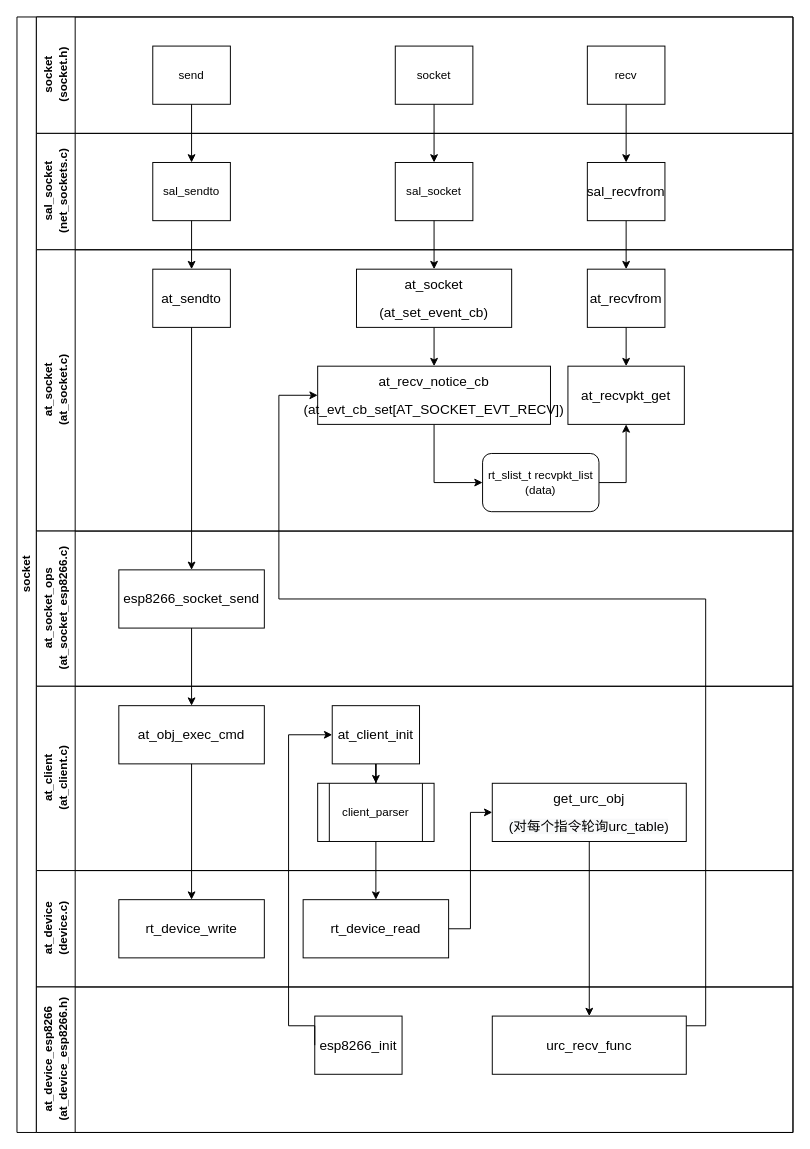
The draw.io diagram Untitled Diagram.drawio in yellowbeeHYF/test, before the edit. Source tidied: cells renumbered, new cells numbered last; positions are measured from the earlier drawing's top-left corner, leaving out a move shared by most shapes. Both pictures are drawn from the tidied source at 97%, with x=0, y=0 at pixel (16, 16).
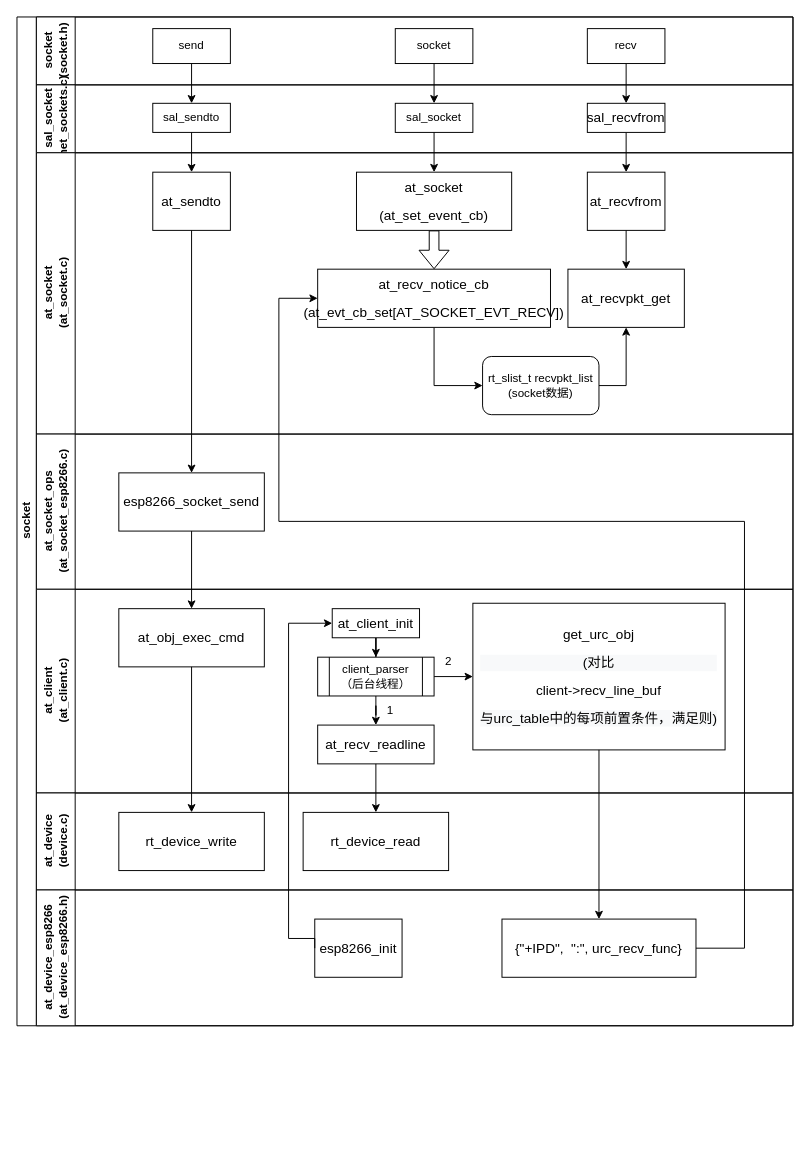
The same diagram, later.

Unchanged cells that the change refers to:
```xml
<mxCell id="21" value="&lt;p class=&quot;MsoNormal&quot;&gt;&lt;span style=&quot;font-family: &amp;#34;calibri&amp;#34; ; font-size: 14px&quot;&gt;at_recv_notice_cb&lt;/span&gt;&lt;br&gt;&lt;/p&gt;&lt;p class=&quot;MsoNormal&quot;&gt;&lt;/p&gt;&lt;p class=&quot;MsoNormal&quot;&gt;&lt;span style=&quot;font-family: &amp;#34;calibri&amp;#34; ; font-size: 14px&quot;&gt;(at_evt_cb_set[AT_SOCKET_EVT_RECV]&lt;/span&gt;&lt;span style=&quot;font-family: &amp;#34;calibri&amp;#34; ; font-size: 14px&quot;&gt;)&lt;/span&gt;&lt;br&gt;&lt;/p&gt;" style="rounded=0;whiteSpace=wrap;html=1;fontFamily=Helvetica;fontSize=12;fontColor=#000000;align=center;" parent="13" vertex="1">
  <mxGeometry x="290" y="120" width="240" height="60" as="geometry" />
</mxCell>
<mxCell id="23" value="&lt;p class=&quot;MsoNormal&quot;&gt;&lt;font face=&quot;Calibri&quot;&gt;&lt;span style=&quot;font-size: 14px&quot;&gt;at_socket&lt;/span&gt;&lt;/font&gt;&lt;br&gt;&lt;/p&gt;&lt;p class=&quot;MsoNormal&quot;&gt;&lt;font face=&quot;Calibri&quot;&gt;&lt;span style=&quot;font-size: 14px&quot;&gt;(at_set_event_cb)&lt;/span&gt;&lt;/font&gt;&lt;br&gt;&lt;/p&gt;" style="rounded=0;whiteSpace=wrap;html=1;fontFamily=Helvetica;fontSize=12;fontColor=#000000;align=center;" parent="13" vertex="1">
  <mxGeometry x="330" y="20" width="160" height="60" as="geometry" />
</mxCell>
<mxCell id="36" value="&lt;p class=&quot;MsoNormal&quot;&gt;&lt;font face=&quot;Calibri&quot;&gt;&lt;span style=&quot;font-size: 14px&quot;&gt;esp8266_init&lt;/span&gt;&lt;/font&gt;&lt;br&gt;&lt;/p&gt;" style="rounded=0;whiteSpace=wrap;html=1;fontFamily=Helvetica;fontSize=12;fontColor=#000000;align=center;" parent="35" vertex="1">
  <mxGeometry x="287" y="30" width="90" height="60" as="geometry" />
</mxCell>
```

The edit, as a diff of the source:
```diff
@@
     <mxCell id="2" value="socket" style="swimlane;html=1;horizontal=0;startSize=20;" parent="1" vertex="1">
-      <mxGeometry width="800" height="1150" as="geometry" />
+      <mxGeometry width="800" height="1040" as="geometry" />
     </mxCell>
@@
     <mxCell id="5" value="socket&lt;br&gt;(socket.h)&lt;br&gt;" style="swimlane;html=1;startSize=40;horizontal=0;" parent="2" vertex="1">
-      <mxGeometry x="20" width="780" height="120" as="geometry" />
+      <mxGeometry x="20" width="780" height="70" as="geometry" />
     </mxCell>
     <mxCell id="6" value="send" style="rounded=0;whiteSpace=wrap;html=1;fontFamily=Helvetica;fontSize=12;fontColor=#000000;align=center;" parent="5" vertex="1">
-      <mxGeometry x="120" y="30" width="80" height="60" as="geometry" />
+      <mxGeometry x="120" y="12" width="80" height="36" as="geometry" />
     </mxCell>
     <mxCell id="7" value="recv" style="rounded=0;whiteSpace=wrap;html=1;fontFamily=Helvetica;fontSize=12;fontColor=#000000;align=center;" parent="5" vertex="1">
-      <mxGeometry x="568" y="30" width="80" height="60" as="geometry" />
+      <mxGeometry x="568" y="12" width="80" height="36" as="geometry" />
     </mxCell>
     <mxCell id="8" value="socket" style="rounded=0;whiteSpace=wrap;html=1;fontFamily=Helvetica;fontSize=12;fontColor=#000000;align=center;" parent="5" vertex="1">
-      <mxGeometry x="370" y="30" width="80" height="60" as="geometry" />
+      <mxGeometry x="370" y="12" width="80" height="36" as="geometry" />
     </mxCell>
     <mxCell id="9" value="sal_socket&lt;br&gt;(net_sockets.c)&lt;br&gt;" style="swimlane;html=1;startSize=40;horizontal=0;" parent="2" vertex="1">
-      <mxGeometry x="20" y="120" width="780" height="120" as="geometry" />
+      <mxGeometry x="20" y="70" width="780" height="70" as="geometry" />
     </mxCell>
     <mxCell id="10" value="sal_sendto" style="rounded=0;whiteSpace=wrap;html=1;fontFamily=Helvetica;fontSize=12;fontColor=#000000;align=center;" parent="9" vertex="1">
-      <mxGeometry x="120" y="30" width="80" height="60" as="geometry" />
+      <mxGeometry x="120" y="19" width="80" height="30" as="geometry" />
     </mxCell>
     <mxCell id="11" value="&lt;p class=&quot;MsoNormal&quot;&gt;&lt;span style=&quot;font-family: &amp;#34;calibri&amp;#34; ; font-size: 10.5000pt&quot;&gt;sal_recvfrom&lt;/span&gt;&lt;/p&gt;" style="rounded=0;whiteSpace=wrap;html=1;fontFamily=Helvetica;fontSize=12;fontColor=#000000;align=center;" parent="9" vertex="1">
-      <mxGeometry x="568" y="30" width="80" height="60" as="geometry" />
+      <mxGeometry x="568" y="19" width="80" height="30" as="geometry" />
     </mxCell>
     <mxCell id="12" value="sal_socket" style="rounded=0;whiteSpace=wrap;html=1;fontFamily=Helvetica;fontSize=12;fontColor=#000000;align=center;" parent="9" vertex="1">
-      <mxGeometry x="370" y="30" width="80" height="60" as="geometry" />
+      <mxGeometry x="370" y="19" width="80" height="30" as="geometry" />
     </mxCell>
     <mxCell id="13" value="at_socket&lt;br&gt;(at_socket.c)" style="swimlane;html=1;startSize=40;horizontal=0;" parent="2" vertex="1">
-      <mxGeometry x="20" y="240" width="780" height="290" as="geometry" />
+      <mxGeometry x="20" y="140" width="780" height="290" as="geometry" />
     </mxCell>
@@
-    <mxCell id="19" value="rt_slist_t recvpkt_list&lt;br&gt;(data)" style="rounded=1;whiteSpace=wrap;html=1;" parent="13" vertex="1">
+    <mxCell id="19" value="rt_slist_t recvpkt_list&lt;br&gt;(socket数据)" style="rounded=1;whiteSpace=wrap;html=1;" parent="13" vertex="1">
       <mxGeometry x="460" y="210" width="120" height="60" as="geometry" />
     </mxCell>
@@
-    <mxCell id="22" style="edgeStyle=orthogonalEdgeStyle;rounded=0;jettySize=auto;html=1;" parent="13" edge="1" source="23" target="21">
+    <mxCell id="22" style="edgeStyle=orthogonalEdgeStyle;shape=flexArrow;rounded=0;jettySize=auto;html=1;exitX=0.5;exitY=1;exitDx=0;exitDy=0;entryX=0.5;entryY=0;entryDx=0;entryDy=0;" parent="13" edge="1" source="23" target="21">
       <mxGeometry relative="1" as="geometry" />
     </mxCell>
@@
     <mxCell id="24" value="at_socket_ops&lt;br&gt;(at_socket_esp8266.c)" style="swimlane;html=1;startSize=40;horizontal=0;" parent="2" vertex="1">
-      <mxGeometry x="20" y="530" width="780" height="160" as="geometry" />
+      <mxGeometry x="20" y="430" width="780" height="160" as="geometry" />
     </mxCell>
@@
     <mxCell id="26" value="at_client&lt;br&gt;(at_client.c)" style="swimlane;html=1;startSize=40;horizontal=0;" parent="2" vertex="1">
-      <mxGeometry x="20" y="690" width="780" height="190" as="geometry" />
+      <mxGeometry x="20" y="590" width="780" height="210" as="geometry" />
     </mxCell>
@@
     <mxCell id="29" value="&lt;p class=&quot;MsoNormal&quot;&gt;&lt;font face=&quot;Calibri&quot;&gt;&lt;span style=&quot;font-size: 14px&quot;&gt;at_client_init&lt;/span&gt;&lt;/font&gt;&lt;br&gt;&lt;/p&gt;" style="rounded=0;whiteSpace=wrap;html=1;fontFamily=Helvetica;fontSize=12;fontColor=#000000;align=center;" parent="26" vertex="1">
-      <mxGeometry x="305" y="20" width="90" height="60" as="geometry" />
+      <mxGeometry x="305" y="20" width="90" height="30" as="geometry" />
     </mxCell>
+    <mxCell id="50" style="edgeStyle=orthogonalEdgeStyle;rounded=0;jettySize=auto;html=1;" parent="26" edge="1" source="30" target="52">
+      <mxGeometry relative="1" as="geometry" />
+    </mxCell>
+    <mxCell id="51" style="edgeStyle=orthogonalEdgeStyle;rounded=0;jettySize=auto;html=1;" parent="26" edge="1" source="30" target="31">
+      <mxGeometry relative="1" as="geometry" />
+    </mxCell>
-    <mxCell id="30" value="client_parser" style="shape=process;whiteSpace=wrap;html=1;backgroundOutline=1;" parent="26" vertex="1">
-      <mxGeometry x="290" y="100" width="120" height="60" as="geometry" />
+    <mxCell id="30" value="client_parser&lt;br&gt;（后台线程）" style="shape=process;whiteSpace=wrap;html=1;backgroundOutline=1;" parent="26" vertex="1">
+      <mxGeometry x="290" y="70" width="120" height="40" as="geometry" />
     </mxCell>
-    <mxCell id="31" value="&lt;p class=&quot;MsoNormal&quot;&gt;&lt;font face=&quot;Calibri&quot;&gt;&lt;span style=&quot;font-size: 14px&quot;&gt;get_urc_obj&lt;/span&gt;&lt;/font&gt;&lt;/p&gt;&lt;p class=&quot;MsoNormal&quot;&gt;&lt;font face=&quot;Calibri&quot;&gt;&lt;/font&gt;&lt;/p&gt;&lt;p class=&quot;MsoNormal&quot; style=&quot;color: rgb(0 , 0 , 0) ; font-family: &amp;#34;helvetica&amp;#34; ; font-size: 12px ; font-style: normal ; font-weight: 400 ; letter-spacing: normal ; text-align: center ; text-indent: 0px ; text-transform: none ; word-spacing: 0px ; background-color: rgb(248 , 249 , 250)&quot;&gt;&lt;span style=&quot;font-size: 14px ; font-family: &amp;#34;calibri&amp;#34;&quot;&gt;(对每个指令轮询urc_table)&lt;/span&gt;&lt;/p&gt;" style="rounded=0;whiteSpace=wrap;html=1;fontFamily=Helvetica;fontSize=12;fontColor=#000000;align=center;" parent="26" vertex="1">
-      <mxGeometry x="470" y="100" width="200" height="60" as="geometry" />
+    <mxCell id="31" value="&lt;p class=&quot;MsoNormal&quot;&gt;&lt;font face=&quot;Calibri&quot;&gt;&lt;span style=&quot;font-size: 14px&quot;&gt;get_urc_obj&lt;/span&gt;&lt;/font&gt;&lt;/p&gt;&lt;p class=&quot;MsoNormal&quot;&gt;&lt;font face=&quot;Calibri&quot;&gt;&lt;/font&gt;&lt;/p&gt;&lt;p class=&quot;MsoNormal&quot; style=&quot;color: rgb(0 , 0 , 0) ; font-family: &amp;#34;helvetica&amp;#34; ; font-size: 12px ; font-style: normal ; font-weight: 400 ; letter-spacing: normal ; text-align: center ; text-indent: 0px ; text-transform: none ; word-spacing: 0px ; background-color: rgb(248 , 249 , 250)&quot;&gt;&lt;span style=&quot;font-size: 14px ; font-family: &amp;#34;calibri&amp;#34;&quot;&gt;(对比&lt;/span&gt;&lt;/p&gt;&lt;font face=&quot;calibri&quot;&gt;&lt;span style=&quot;font-size: 14px&quot;&gt;client-&amp;gt;recv_line_buf&lt;/span&gt;&lt;/font&gt;&lt;p class=&quot;MsoNormal&quot; style=&quot;color: rgb(0 , 0 , 0) ; font-family: &amp;#34;helvetica&amp;#34; ; font-size: 12px ; font-style: normal ; font-weight: 400 ; letter-spacing: normal ; text-align: center ; text-indent: 0px ; text-transform: none ; word-spacing: 0px ; background-color: rgb(248 , 249 , 250)&quot;&gt;&lt;span style=&quot;font-size: 14px ; font-family: &amp;#34;calibri&amp;#34;&quot;&gt;与urc_table中的每项前置条件，满足则)&lt;/span&gt;&lt;/p&gt;" style="rounded=0;whiteSpace=wrap;html=1;fontFamily=Helvetica;fontSize=12;fontColor=#000000;align=center;" parent="26" vertex="1">
+      <mxGeometry x="450" y="14.4" width="260" height="151.2" as="geometry" />
     </mxCell>
+    <mxCell id="52" value="&lt;p class=&quot;MsoNormal&quot;&gt;&lt;font face=&quot;Calibri&quot;&gt;&lt;span style=&quot;font-size: 14px&quot;&gt;at_recv_readline&lt;/span&gt;&lt;/font&gt;&lt;br&gt;&lt;/p&gt;" style="rounded=0;whiteSpace=wrap;html=1;fontFamily=Helvetica;fontSize=12;fontColor=#000000;align=center;" parent="26" vertex="1">
+      <mxGeometry x="290" y="140" width="120" height="40" as="geometry" />
+    </mxCell>
+    <mxCell id="53" value="1" style="text;html=1;strokeColor=none;fillColor=none;align=center;verticalAlign=middle;whiteSpace=wrap;rounded=0;" parent="26" vertex="1">
+      <mxGeometry x="335" y="110" width="60" height="30" as="geometry" />
+    </mxCell>
+    <mxCell id="54" value="2" style="text;html=1;strokeColor=none;fillColor=none;align=center;verticalAlign=middle;whiteSpace=wrap;rounded=0;" parent="26" vertex="1">
+      <mxGeometry x="395" y="60" width="60" height="30" as="geometry" />
+    </mxCell>
     <mxCell id="32" value="at_device&lt;br&gt;(device.c)" style="swimlane;html=1;startSize=40;horizontal=0;" parent="2" vertex="1">
-      <mxGeometry x="20" y="880" width="780" height="120" as="geometry" />
+      <mxGeometry x="20" y="800" width="780" height="100" as="geometry" />
     </mxCell>
     <mxCell id="33" value="&lt;p class=&quot;MsoNormal&quot;&gt;&lt;font face=&quot;Calibri&quot;&gt;&lt;span style=&quot;font-size: 14px&quot;&gt;rt_device_write&lt;/span&gt;&lt;/font&gt;&lt;br&gt;&lt;/p&gt;" style="rounded=0;whiteSpace=wrap;html=1;fontFamily=Helvetica;fontSize=12;fontColor=#000000;align=center;" parent="32" vertex="1">
-      <mxGeometry x="85" y="30" width="150" height="60" as="geometry" />
+      <mxGeometry x="85" y="20" width="150" height="60" as="geometry" />
     </mxCell>
     <mxCell id="34" value="&lt;p class=&quot;MsoNormal&quot;&gt;&lt;font face=&quot;Calibri&quot;&gt;&lt;span style=&quot;font-size: 14px&quot;&gt;rt_device_read&lt;/span&gt;&lt;/font&gt;&lt;br&gt;&lt;/p&gt;" style="rounded=0;whiteSpace=wrap;html=1;fontFamily=Helvetica;fontSize=12;fontColor=#000000;align=center;" parent="32" vertex="1">
-      <mxGeometry x="275" y="30" width="150" height="60" as="geometry" />
+      <mxGeometry x="275" y="20" width="150" height="60" as="geometry" />
     </mxCell>
     <mxCell id="35" value="at_device_esp8266&lt;br&gt;(at_device_esp8266.h)" style="swimlane;html=1;startSize=40;horizontal=0;" parent="2" vertex="1">
-      <mxGeometry x="20" y="1000" width="780" height="150" as="geometry" />
+      <mxGeometry x="20" y="900" width="780" height="140" as="geometry" />
     </mxCell>
@@
-    <mxCell id="37" value="&lt;p class=&quot;MsoNormal&quot;&gt;&lt;font face=&quot;Calibri&quot;&gt;&lt;span style=&quot;font-size: 14px&quot;&gt;urc_recv_func&lt;/span&gt;&lt;/font&gt;&lt;br&gt;&lt;/p&gt;" style="rounded=0;whiteSpace=wrap;html=1;fontFamily=Helvetica;fontSize=12;fontColor=#000000;align=center;" parent="35" vertex="1">
-      <mxGeometry x="470" y="30" width="200" height="60" as="geometry" />
+    <mxCell id="37" value="&lt;p class=&quot;MsoNormal&quot;&gt;&lt;font face=&quot;Calibri&quot;&gt;&lt;span style=&quot;font-size: 14px&quot;&gt;{&quot;+IPD&quot;,&amp;nbsp; &quot;:&quot;, urc_recv_func}&lt;/span&gt;&lt;/font&gt;&lt;br&gt;&lt;/p&gt;" style="rounded=0;whiteSpace=wrap;html=1;fontFamily=Helvetica;fontSize=12;fontColor=#000000;align=center;" parent="35" vertex="1">
+      <mxGeometry x="480" y="30" width="200" height="60" as="geometry" />
     </mxCell>
@@
     <mxCell id="43" style="edgeStyle=orthogonalEdgeStyle;rounded=0;jettySize=auto;html=1;exitX=0;exitY=0.5;exitDx=0;exitDy=0;entryX=0;entryY=0.5;entryDx=0;entryDy=0;" parent="2" edge="1" source="36" target="29">
       <mxGeometry relative="1" as="geometry">
         <Array as="points">
-          <mxPoint x="307" y="1040" />
-          <mxPoint x="280" y="1040" />
-          <mxPoint x="280" y="740" />
+          <mxPoint x="307" y="950" />
+          <mxPoint x="280" y="950" />
+          <mxPoint x="280" y="625" />
         </Array>
       </mxGeometry>
     </mxCell>
-    <mxCell id="44" style="edgeStyle=orthogonalEdgeStyle;rounded=0;jettySize=auto;html=1;entryX=0.5;entryY=0;entryDx=0;entryDy=0;" parent="2" edge="1" source="31" target="37">
-      <mxGeometry relative="1" as="geometry" />
-    </mxCell>
-    <mxCell id="45" style="edgeStyle=orthogonalEdgeStyle;rounded=0;jettySize=auto;html=1;" parent="2" edge="1" source="37" target="21">
+    <mxCell id="45" style="edgeStyle=orthogonalEdgeStyle;rounded=0;jettySize=auto;html=1;exitX=1;exitY=0.5;exitDx=0;exitDy=0;" parent="2" edge="1" source="37" target="21">
       <mxGeometry relative="1" as="geometry">
         <Array as="points">
-          <mxPoint x="710" y="1040" />
-          <mxPoint x="710" y="600" />
-          <mxPoint x="270" y="600" />
-          <mxPoint x="270" y="390" />
+          <mxPoint x="750" y="960" />
+          <mxPoint x="750" y="520" />
+          <mxPoint x="270" y="520" />
+          <mxPoint x="270" y="290" />
         </Array>
       </mxGeometry>
     </mxCell>
-    <mxCell id="46" style="edgeStyle=orthogonalEdgeStyle;rounded=0;jettySize=auto;html=1;entryX=0.5;entryY=0;entryDx=0;entryDy=0;" parent="2" edge="1" source="30" target="34">
-      <mxGeometry relative="1" as="geometry" />
-    </mxCell>
-    <mxCell id="47" style="edgeStyle=orthogonalEdgeStyle;rounded=0;jettySize=auto;html=1;entryX=0;entryY=0.5;entryDx=0;entryDy=0;exitX=1;exitY=0.5;exitDx=0;exitDy=0;" parent="2" edge="1" source="34" target="31">
-      <mxGeometry relative="1" as="geometry" />
-    </mxCell>
@@
+    <mxCell id="55" style="edgeStyle=orthogonalEdgeStyle;rounded=0;jettySize=auto;html=1;" parent="2" edge="1" source="52" target="34">
+      <mxGeometry relative="1" as="geometry" />
+    </mxCell>
+    <mxCell id="44" style="edgeStyle=orthogonalEdgeStyle;rounded=0;jettySize=auto;html=1;" parent="2" edge="1" source="31" target="37">
+      <mxGeometry relative="1" as="geometry" />
+    </mxCell>
```
